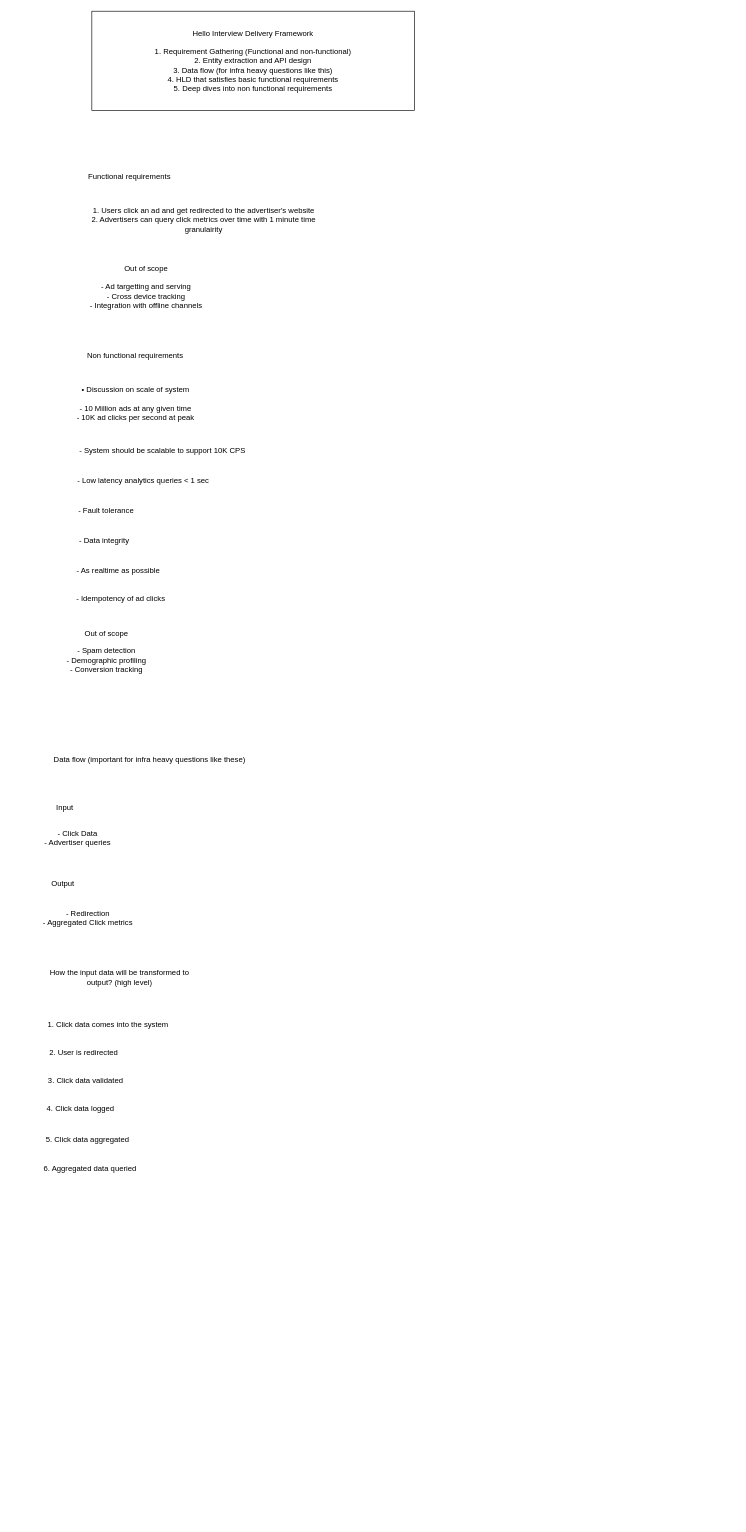
Earlier version of the draw.io diagram Ad Click Aggregator HLD.drawio (girikgarg8/Hello-Interview-HLD-Whiteboard-Practice). Source tidied: cells renumbered, new cells numbered last; positions are measured from the earlier drawing's top-left corner, leaving out a move shared by most shapes. Both pictures are drawn from the tidied source at 64%, with x=0, y=0 at pixel (11, 11).
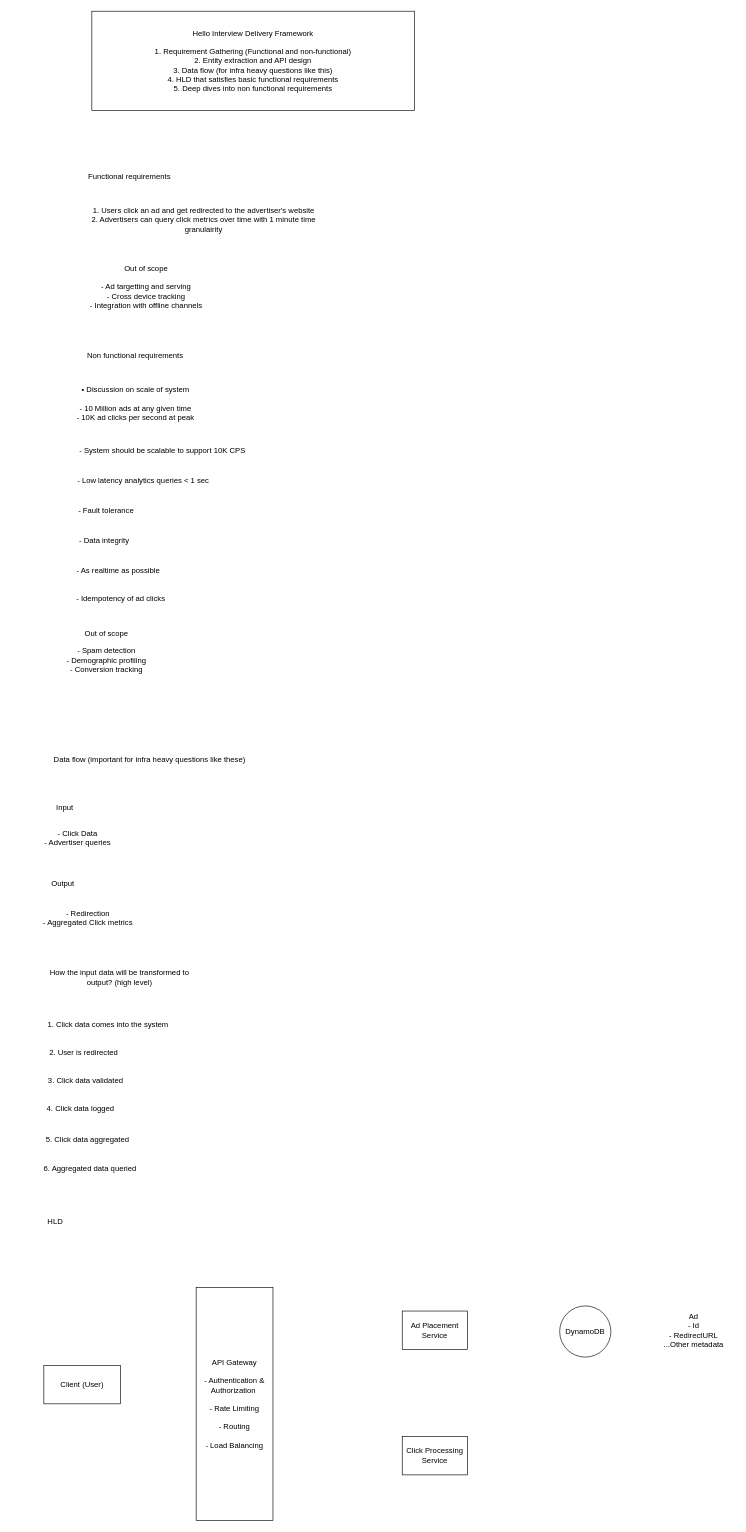
Above is the later version.

Change to the diagram source:
```diff
@@
+    <mxCell id="27" value="HLD" style="text;html=1;whiteSpace=wrap;strokeColor=none;fillColor=none;align=center;verticalAlign=middle;rounded=0;" parent="1" vertex="1">
+      <mxGeometry x="39" y="1877" width="60" height="30" as="geometry" />
+    </mxCell>
+    <mxCell id="28" value="Client (User)" style="rounded=0;whiteSpace=wrap;html=1;" parent="1" vertex="1">
+      <mxGeometry x="51" y="2116" width="120" height="60" as="geometry" />
+    </mxCell>
+    <mxCell id="29" value="API Gateway&lt;div&gt;&lt;br&gt;&lt;/div&gt;&lt;div&gt;- Authentication &amp;amp; Authorization&amp;nbsp;&lt;/div&gt;&lt;div&gt;&lt;br&gt;&lt;/div&gt;&lt;div&gt;- Rate Limiting&lt;/div&gt;&lt;div&gt;&lt;br&gt;&lt;/div&gt;&lt;div&gt;- Routing&lt;/div&gt;&lt;div&gt;&lt;br&gt;&lt;/div&gt;&lt;div&gt;- Load Balancing&lt;/div&gt;" style="rounded=0;whiteSpace=wrap;html=1;" parent="1" vertex="1">
+      <mxGeometry x="289" y="1994" width="120" height="364" as="geometry" />
+    </mxCell>
+    <mxCell id="30" value="Ad Placement Service" style="rounded=0;whiteSpace=wrap;html=1;" parent="1" vertex="1">
+      <mxGeometry x="611" y="2031" width="102" height="60" as="geometry" />
+    </mxCell>
+    <mxCell id="31" value="DynamoDB" style="ellipse;whiteSpace=wrap;html=1;shapeInside=1;" parent="1" vertex="1">
+      <mxGeometry x="857" y="2023" width="80" height="80" as="geometry" />
+    </mxCell>
+    <mxCell id="32" value="Click Processing Service" style="rounded=0;whiteSpace=wrap;html=1;" parent="1" vertex="1">
+      <mxGeometry x="611" y="2227" width="102" height="60" as="geometry" />
+    </mxCell>
+    <mxCell id="33" value="Ad&lt;div&gt;- Id&lt;/div&gt;&lt;div&gt;- RedirectURL&lt;/div&gt;&lt;div&gt;...Other metadata&lt;/div&gt;" style="text;html=1;whiteSpace=wrap;strokeColor=none;fillColor=none;align=center;verticalAlign=middle;rounded=0;" parent="1" vertex="1">
+      <mxGeometry x="1002" y="2046" width="129" height="30" as="geometry" />
+    </mxCell>
```
